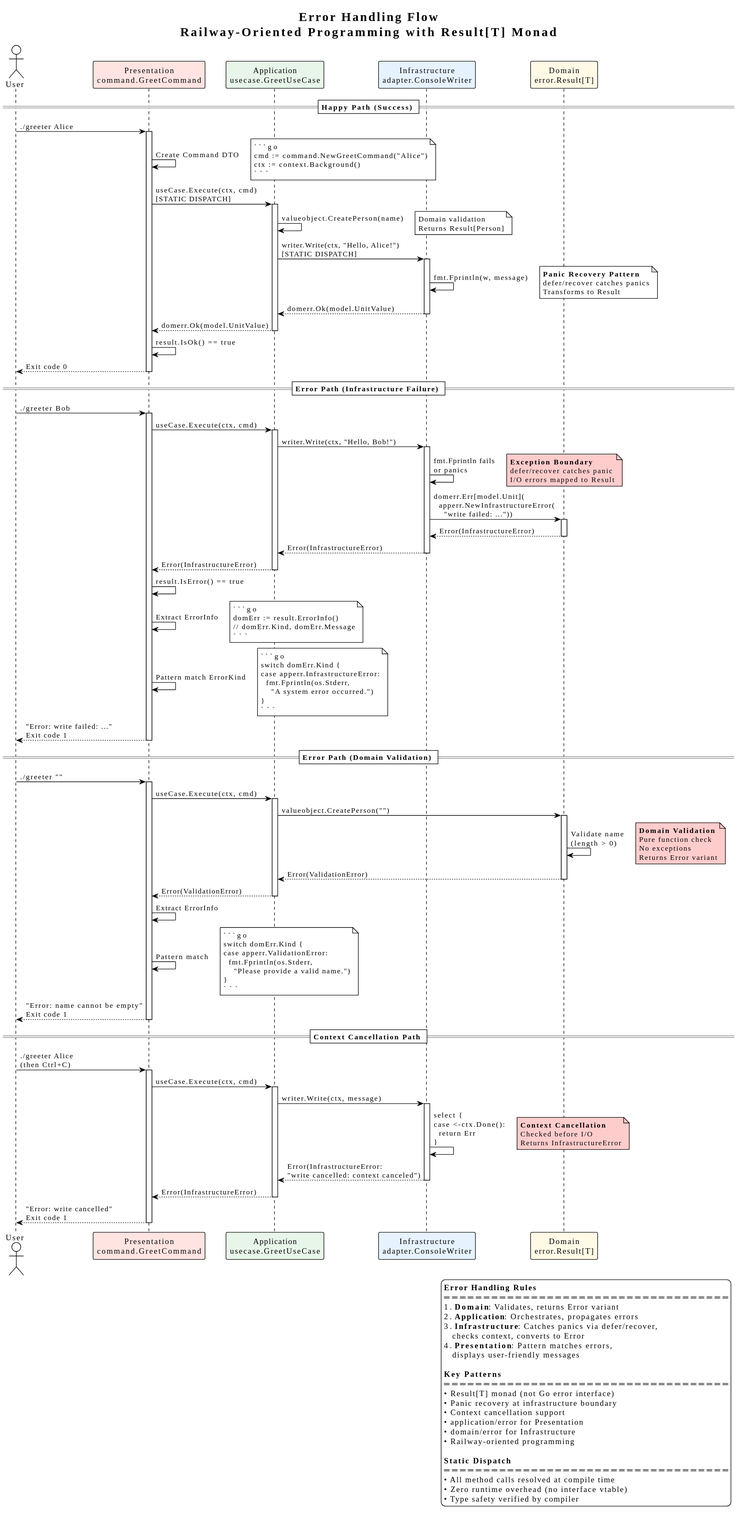
gamerandomhobby/hybrid_lib_go keeps this PlantUML diagram as docs/diagrams/error_handling_flow.svg. Above is the earlier version. Its diagram source:
````plantuml
@startuml
!theme plain

title Error Handling Flow\nRailway-Oriented Programming with Result[T] Monad

actor User

participant "Presentation\ncommand.GreetCommand" as Presentation #FFE4E1
participant "Application\nusecase.GreetUseCase" as Application #E8F5E9
participant "Infrastructure\nadapter.ConsoleWriter" as Infrastructure #E6F3FF
participant "Domain\nerror.Result[T]" as Domain #FFF9E6

== Happy Path (Success) ==

User -> Presentation : ./greeter Alice
activate Presentation

Presentation -> Presentation : Create Command DTO
note right
  ```go
  cmd := command.NewGreetCommand("Alice")
  ctx := context.Background()
  ```
end note

Presentation -> Application : useCase.Execute(ctx, cmd)\n[STATIC DISPATCH]
activate Application

Application -> Application : valueobject.CreatePerson(name)
note right
  Domain validation
  Returns Result[Person]
end note

Application -> Infrastructure : writer.Write(ctx, "Hello, Alice!")\n[STATIC DISPATCH]
activate Infrastructure

Infrastructure -> Infrastructure : fmt.Fprintln(w, message)
note right
  **Panic Recovery Pattern**
  defer/recover catches panics
  Transforms to Result
end note

Infrastructure --> Application : domerr.Ok(model.UnitValue)
deactivate Infrastructure

Application --> Presentation : domerr.Ok(model.UnitValue)
deactivate Application

Presentation -> Presentation : result.IsOk() == true
Presentation --> User : Exit code 0
deactivate Presentation

== Error Path (Infrastructure Failure) ==

User -> Presentation : ./greeter Bob
activate Presentation

Presentation -> Application : useCase.Execute(ctx, cmd)
activate Application

Application -> Infrastructure : writer.Write(ctx, "Hello, Bob!")
activate Infrastructure

Infrastructure -> Infrastructure : fmt.Fprintln fails\nor panics
note right #FFCCCC
  **Exception Boundary**
  defer/recover catches panic
  I/O errors mapped to Result
end note

Infrastructure -> Domain : domerr.Err[model.Unit](\n  apperr.NewInfrastructureError(\n    "write failed: ..."))
activate Domain

Domain --> Infrastructure : Error(InfrastructureError)
deactivate Domain

Infrastructure --> Application : Error(InfrastructureError)
deactivate Infrastructure

Application --> Presentation : Error(InfrastructureError)
deactivate Application

Presentation -> Presentation : result.IsError() == true
Presentation -> Presentation : Extract ErrorInfo
note right
  ```go
  domErr := result.ErrorInfo()
  // domErr.Kind, domErr.Message
  ```
end note

Presentation -> Presentation : Pattern match ErrorKind
note right
  ```go
  switch domErr.Kind {
  case apperr.InfrastructureError:
    fmt.Fprintln(os.Stderr,
      "A system error occurred.")
  }
  ```
end note

Presentation --> User : "Error: write failed: ..."\nExit code 1
deactivate Presentation

== Error Path (Domain Validation) ==

User -> Presentation : ./greeter ""
activate Presentation

Presentation -> Application : useCase.Execute(ctx, cmd)
activate Application

Application -> Domain : valueobject.CreatePerson("")
activate Domain

Domain -> Domain : Validate name\n(length > 0)
note right #FFCCCC
  **Domain Validation**
  Pure function check
  No exceptions
  Returns Error variant
end note

Domain --> Application : Error(ValidationError)
deactivate Domain

Application --> Presentation : Error(ValidationError)
deactivate Application

Presentation -> Presentation : Extract ErrorInfo
Presentation -> Presentation : Pattern match
note right
  ```go
  switch domErr.Kind {
  case apperr.ValidationError:
    fmt.Fprintln(os.Stderr,
      "Please provide a valid name.")
  }
  ```
end note

Presentation --> User : "Error: name cannot be empty"\nExit code 1
deactivate Presentation

== Context Cancellation Path ==

User -> Presentation : ./greeter Alice\n(then Ctrl+C)
activate Presentation

Presentation -> Application : useCase.Execute(ctx, cmd)
activate Application

Application -> Infrastructure : writer.Write(ctx, message)
activate Infrastructure

Infrastructure -> Infrastructure : select {\ncase <-ctx.Done():\n  return Err\n}
note right #FFCCCC
  **Context Cancellation**
  Checked before I/O
  Returns InfrastructureError
end note

Infrastructure --> Application : Error(InfrastructureError:\n"write cancelled: context canceled")
deactivate Infrastructure

Application --> Presentation : Error(InfrastructureError)
deactivate Application

Presentation --> User : "Error: write cancelled"\nExit code 1
deactivate Presentation

legend right
  **Error Handling Rules**
  ════════════════════════════════════
  1. **Domain**: Validates, returns Error variant
  2. **Application**: Orchestrates, propagates errors
  3. **Infrastructure**: Catches panics via defer/recover,
     checks context, converts to Error
  4. **Presentation**: Pattern matches errors,
     displays user-friendly messages

  **Key Patterns**
  ════════════════════════════════════
  • Result[T] monad (not Go error interface)
  • Panic recovery at infrastructure boundary
  • Context cancellation support
  • application/error for Presentation
  • domain/error for Infrastructure
  • Railway-oriented programming

  **Static Dispatch**
  ════════════════════════════════════
  • All method calls resolved at compile time
  • Zero runtime overhead (no interface vtable)
  • Type safety verified by compiler
endlegend
@enduml
````
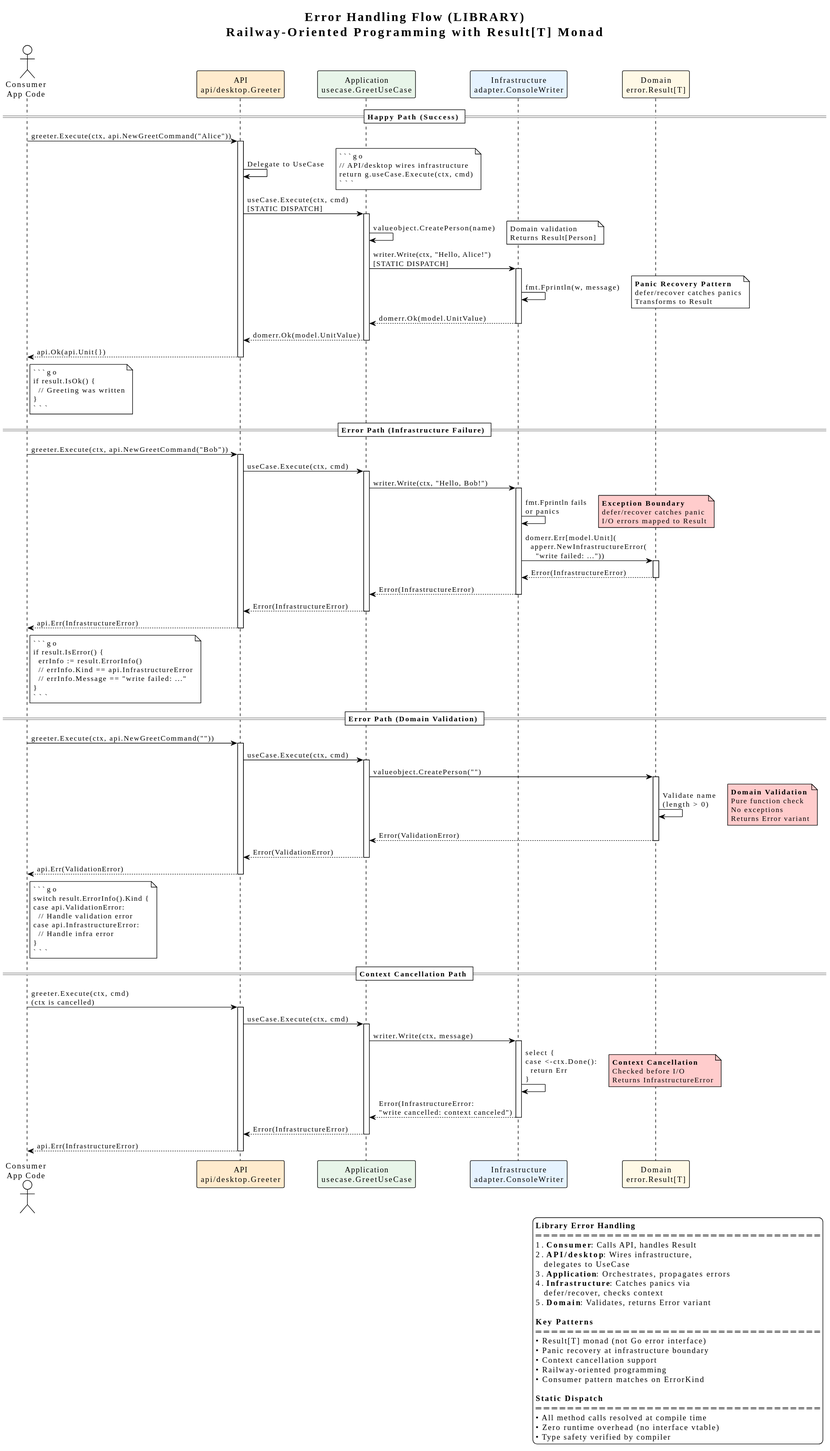
Later version of the same file.

The edit, as a diff of the source:
````diff
@@ -1,29 +1,29 @@
 @startuml
 !theme plain
 
-title Error Handling Flow\nRailway-Oriented Programming with Result[T] Monad
+title Error Handling Flow (LIBRARY)\nRailway-Oriented Programming with Result[T] Monad
 
-actor User
+actor "Consumer\nApp Code" as User
 
-participant "Presentation\ncommand.GreetCommand" as Presentation #FFE4E1
+participant "API\napi/desktop.Greeter" as API #FFEBCD
 participant "Application\nusecase.GreetUseCase" as Application #E8F5E9
 participant "Infrastructure\nadapter.ConsoleWriter" as Infrastructure #E6F3FF
 participant "Domain\nerror.Result[T]" as Domain #FFF9E6
 
 == Happy Path (Success) ==
 
-User -> Presentation : ./greeter Alice
-activate Presentation
+User -> API : greeter.Execute(ctx, api.NewGreetCommand("Alice"))
+activate API
 
-Presentation -> Presentation : Create Command DTO
+API -> API : Delegate to UseCase
 note right
   ```go
-  cmd := command.NewGreetCommand("Alice")
-  ctx := context.Background()
+  // API/desktop wires infrastructure
+  return g.useCase.Execute(ctx, cmd)
   ```
 end note
 
-Presentation -> Application : useCase.Execute(ctx, cmd)\n[STATIC DISPATCH]
+API -> Application : useCase.Execute(ctx, cmd)\n[STATIC DISPATCH]
 activate Application
 
 Application -> Application : valueobject.CreatePerson(name)
@@ -45,19 +45,26 @@
 Infrastructure --> Application : domerr.Ok(model.UnitValue)
 deactivate Infrastructure
 
-Application --> Presentation : domerr.Ok(model.UnitValue)
+Application --> API : domerr.Ok(model.UnitValue)
 deactivate Application
 
-Presentation -> Presentation : result.IsOk() == true
-Presentation --> User : Exit code 0
-deactivate Presentation
+API --> User : api.Ok(api.Unit{})
+deactivate API
+
+note right of User
+  ```go
+  if result.IsOk() {
+    // Greeting was written
+  }
+  ```
+end note
 
 == Error Path (Infrastructure Failure) ==
 
-User -> Presentation : ./greeter Bob
-activate Presentation
+User -> API : greeter.Execute(ctx, api.NewGreetCommand("Bob"))
+activate API
 
-Presentation -> Application : useCase.Execute(ctx, cmd)
+API -> Application : useCase.Execute(ctx, cmd)
 activate Application
 
 Application -> Infrastructure : writer.Write(ctx, "Hello, Bob!")
@@ -79,38 +86,28 @@
 Infrastructure --> Application : Error(InfrastructureError)
 deactivate Infrastructure
 
-Application --> Presentation : Error(InfrastructureError)
+Application --> API : Error(InfrastructureError)
 deactivate Application
 
-Presentation -> Presentation : result.IsError() == true
-Presentation -> Presentation : Extract ErrorInfo
-note right
+API --> User : api.Err(InfrastructureError)
+deactivate API
+
+note right of User
   ```go
-  domErr := result.ErrorInfo()
-  // domErr.Kind, domErr.Message
-  ```
-end note
-
-Presentation -> Presentation : Pattern match ErrorKind
-note right
-  ```go
-  switch domErr.Kind {
-  case apperr.InfrastructureError:
-    fmt.Fprintln(os.Stderr,
-      "A system error occurred.")
+  if result.IsError() {
+    errInfo := result.ErrorInfo()
+    // errInfo.Kind == api.InfrastructureError
+    // errInfo.Message == "write failed: ..."
   }
   ```
 end note
 
-Presentation --> User : "Error: write failed: ..."\nExit code 1
-deactivate Presentation
-
 == Error Path (Domain Validation) ==
 
-User -> Presentation : ./greeter ""
-activate Presentation
+User -> API : greeter.Execute(ctx, api.NewGreetCommand(""))
+activate API
 
-Presentation -> Application : useCase.Execute(ctx, cmd)
+API -> Application : useCase.Execute(ctx, cmd)
 activate Application
 
 Application -> Domain : valueobject.CreatePerson("")
@@ -127,30 +124,29 @@
 Domain --> Application : Error(ValidationError)
 deactivate Domain
 
-Application --> Presentation : Error(ValidationError)
+Application --> API : Error(ValidationError)
 deactivate Application
 
-Presentation -> Presentation : Extract ErrorInfo
-Presentation -> Presentation : Pattern match
-note right
+API --> User : api.Err(ValidationError)
+deactivate API
+
+note right of User
   ```go
-  switch domErr.Kind {
-  case apperr.ValidationError:
-    fmt.Fprintln(os.Stderr,
-      "Please provide a valid name.")
+  switch result.ErrorInfo().Kind {
+  case api.ValidationError:
+    // Handle validation error
+  case api.InfrastructureError:
+    // Handle infra error
   }
   ```
 end note
 
-Presentation --> User : "Error: name cannot be empty"\nExit code 1
-deactivate Presentation
-
 == Context Cancellation Path ==
 
-User -> Presentation : ./greeter Alice\n(then Ctrl+C)
-activate Presentation
+User -> API : greeter.Execute(ctx, cmd)\n(ctx is cancelled)
+activate API
 
-Presentation -> Application : useCase.Execute(ctx, cmd)
+API -> Application : useCase.Execute(ctx, cmd)
 activate Application
 
 Application -> Infrastructure : writer.Write(ctx, message)
@@ -166,30 +162,30 @@
 Infrastructure --> Application : Error(InfrastructureError:\n"write cancelled: context canceled")
 deactivate Infrastructure
 
-Application --> Presentation : Error(InfrastructureError)
+Application --> API : Error(InfrastructureError)
 deactivate Application
 
-Presentation --> User : "Error: write cancelled"\nExit code 1
-deactivate Presentation
+API --> User : api.Err(InfrastructureError)
+deactivate API
 
 legend right
-  **Error Handling Rules**
+  **Library Error Handling**
   ════════════════════════════════════
-  1. **Domain**: Validates, returns Error variant
-  2. **Application**: Orchestrates, propagates errors
-  3. **Infrastructure**: Catches panics via defer/recover,
-     checks context, converts to Error
-  4. **Presentation**: Pattern matches errors,
-     displays user-friendly messages
+  1. **Consumer**: Calls API, handles Result
+  2. **API/desktop**: Wires infrastructure,
+     delegates to UseCase
+  3. **Application**: Orchestrates, propagates errors
+  4. **Infrastructure**: Catches panics via
+     defer/recover, checks context
+  5. **Domain**: Validates, returns Error variant
 
   **Key Patterns**
   ════════════════════════════════════
   • Result[T] monad (not Go error interface)
   • Panic recovery at infrastructure boundary
   • Context cancellation support
-  • application/error for Presentation
-  • domain/error for Infrastructure
   • Railway-oriented programming
+  • Consumer pattern matches on ErrorKind
 
   **Static Dispatch**
   ════════════════════════════════════
````
